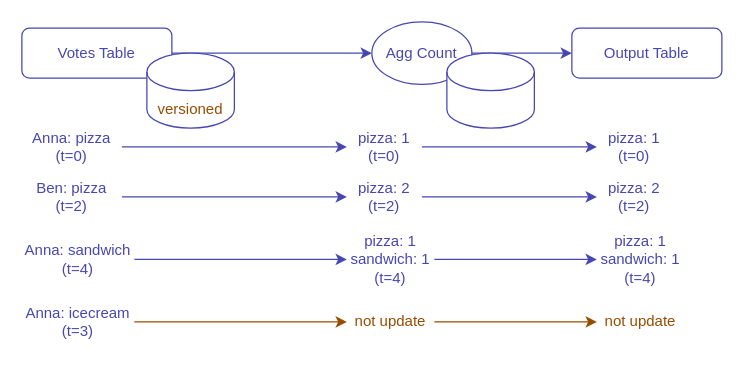
windowforsun/blog keeps this draw.io diagram as drawio/kafka/kafka-streams-versioned-state-store-8.drawio. Above is the earlier version. Source tidied: cells renumbered, new cells numbered last; positions are measured from the earlier drawing's top-left corner, leaving out a move shared by most shapes. Both pictures are drawn from the tidied source at 125%, with x=0, y=0 at pixel (21, 21).
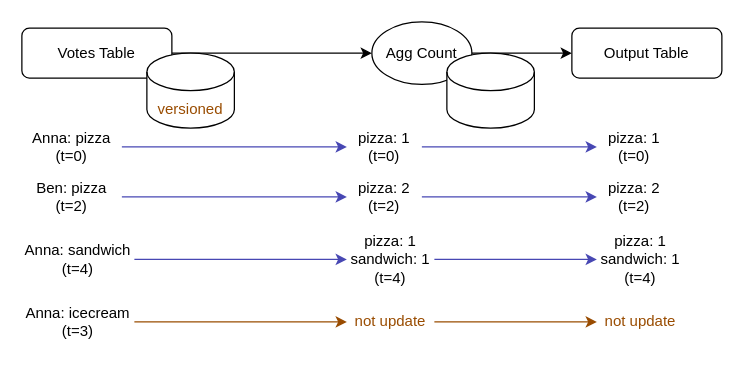
After the change.

What changed in the source:
```diff
@@
-    <mxCell id="2" style="edgeStyle=orthogonalEdgeStyle;rounded=0;jettySize=auto;html=1;entryX=0;entryY=0.5;entryDx=0;entryDy=0;strokeColor=#4747B3;" parent="1" edge="1" source="3" target="5">
+    <mxCell id="2" style="edgeStyle=orthogonalEdgeStyle;rounded=0;jettySize=auto;html=1;entryX=0;entryY=0.5;entryDx=0;entryDy=0;strokeColor=#000000;fontColor=#000000;" parent="1" edge="1" source="3" target="5">
       <mxGeometry relative="1" as="geometry" />
     </mxCell>
-    <mxCell id="3" value="&lt;div&gt;&lt;font color=&quot;#4747b3&quot;&gt;Votes Table&lt;/font&gt;&lt;/div&gt;" style="rounded=1;whiteSpace=wrap;html=1;strokeColor=#4747B3;fontColor=#006600;" parent="1" vertex="1">
+    <mxCell id="3" value="&lt;div&gt;&lt;font&gt;Votes Table&lt;/font&gt;&lt;/div&gt;" style="rounded=1;whiteSpace=wrap;html=1;strokeColor=#000000;fontColor=#000000;" parent="1" vertex="1">
       <mxGeometry y="5" width="120" height="40" as="geometry" />
     </mxCell>
-    <mxCell id="4" style="edgeStyle=orthogonalEdgeStyle;rounded=0;jettySize=auto;html=1;entryX=0;entryY=0.5;entryDx=0;entryDy=0;strokeColor=#4747B3;" parent="1" edge="1" source="5" target="6">
+    <mxCell id="4" style="edgeStyle=orthogonalEdgeStyle;rounded=0;jettySize=auto;html=1;entryX=0;entryY=0.5;entryDx=0;entryDy=0;strokeColor=#000000;fontColor=#000000;" parent="1" edge="1" source="5" target="6">
       <mxGeometry relative="1" as="geometry" />
     </mxCell>
-    <mxCell id="5" value="&lt;font color=&quot;#4747b3&quot;&gt;Agg Count&lt;/font&gt;" style="ellipse;whiteSpace=wrap;html=1;strokeColor=#4747B3;" parent="1" vertex="1">
+    <mxCell id="5" value="&lt;font&gt;Agg Count&lt;/font&gt;" style="ellipse;whiteSpace=wrap;html=1;strokeColor=#000000;fontColor=#000000;" parent="1" vertex="1">
       <mxGeometry x="280" width="80" height="50" as="geometry" />
     </mxCell>
-    <mxCell id="6" value="&lt;font color=&quot;#4747b3&quot;&gt;Output Table&lt;/font&gt;" style="rounded=1;whiteSpace=wrap;html=1;strokeColor=#4747B3;" parent="1" vertex="1">
+    <mxCell id="6" value="&lt;font&gt;Output Table&lt;/font&gt;" style="rounded=1;whiteSpace=wrap;html=1;strokeColor=#000000;fontColor=#000000;" parent="1" vertex="1">
       <mxGeometry x="440" y="5" width="120" height="40" as="geometry" />
     </mxCell>
-    <mxCell id="7" style="edgeStyle=orthogonalEdgeStyle;rounded=0;jettySize=auto;html=1;entryX=0;entryY=0.5;entryDx=0;entryDy=0;fontColor=#4747B3;strokeColor=#4747B3;" parent="1" edge="1" source="8" target="10">
+    <mxCell id="7" style="edgeStyle=orthogonalEdgeStyle;rounded=0;jettySize=auto;html=1;entryX=0;entryY=0.5;entryDx=0;entryDy=0;fontColor=#000000;strokeColor=#4747B3;" parent="1" edge="1" source="8" target="10">
       <mxGeometry relative="1" as="geometry" />
     </mxCell>
-    <mxCell id="8" value="Anna: pizza&lt;div&gt;(t=0)&lt;/div&gt;" style="text;html=1;align=center;verticalAlign=middle;whiteSpace=wrap;rounded=0;fontColor=#4747B3;" parent="1" vertex="1">
+    <mxCell id="8" value="Anna: pizza&lt;div&gt;(t=0)&lt;/div&gt;" style="text;html=1;align=center;verticalAlign=middle;whiteSpace=wrap;rounded=0;fontColor=#000000;" parent="1" vertex="1">
       <mxGeometry y="85" width="80" height="30" as="geometry" />
     </mxCell>
-    <mxCell id="9" style="edgeStyle=orthogonalEdgeStyle;rounded=0;jettySize=auto;html=1;entryX=0;entryY=0.5;entryDx=0;entryDy=0;strokeColor=#4747B3;" parent="1" edge="1" source="10" target="12">
+    <mxCell id="9" style="edgeStyle=orthogonalEdgeStyle;rounded=0;jettySize=auto;html=1;entryX=0;entryY=0.5;entryDx=0;entryDy=0;strokeColor=#4747B3;fontColor=#000000;" parent="1" edge="1" source="10" target="12">
       <mxGeometry relative="1" as="geometry" />
     </mxCell>
-    <mxCell id="10" value="pizza: 1&lt;div&gt;(t=0)&lt;/div&gt;" style="text;html=1;align=center;verticalAlign=middle;whiteSpace=wrap;rounded=0;fontColor=#4747B3;" parent="1" vertex="1">
+    <mxCell id="10" value="pizza: 1&lt;div&gt;(t=0)&lt;/div&gt;" style="text;html=1;align=center;verticalAlign=middle;whiteSpace=wrap;rounded=0;fontColor=#000000;" parent="1" vertex="1">
       <mxGeometry x="260" y="85" width="60" height="30" as="geometry" />
     </mxCell>
-    <mxCell id="11" style="shape=cylinder3;whiteSpace=wrap;html=1;boundedLbl=1;backgroundOutline=1;size=15;strokeColor=#4747B3;" parent="1" vertex="1">
+    <mxCell id="11" style="shape=cylinder3;whiteSpace=wrap;html=1;boundedLbl=1;backgroundOutline=1;size=15;strokeColor=#000000;fontColor=#000000;" parent="1" vertex="1">
       <mxGeometry x="100" y="25" width="70" height="60" as="geometry" />
     </mxCell>
-    <mxCell id="12" value="pizza: 1&lt;div&gt;(t=0)&lt;/div&gt;" style="text;html=1;align=center;verticalAlign=middle;whiteSpace=wrap;rounded=0;fontColor=#4747B3;" parent="1" vertex="1">
+    <mxCell id="12" value="pizza: 1&lt;div&gt;(t=0)&lt;/div&gt;" style="text;html=1;align=center;verticalAlign=middle;whiteSpace=wrap;rounded=0;fontColor=#000000;" parent="1" vertex="1">
       <mxGeometry x="460" y="85" width="60" height="30" as="geometry" />
     </mxCell>
-    <mxCell id="13" style="edgeStyle=orthogonalEdgeStyle;rounded=0;jettySize=auto;html=1;entryX=0;entryY=0.5;entryDx=0;entryDy=0;fontColor=#4747B3;strokeColor=#4747B3;" parent="1" edge="1" source="14" target="16">
+    <mxCell id="13" style="edgeStyle=orthogonalEdgeStyle;rounded=0;jettySize=auto;html=1;entryX=0;entryY=0.5;entryDx=0;entryDy=0;fontColor=#000000;strokeColor=#4747B3;" parent="1" edge="1" source="14" target="16">
       <mxGeometry relative="1" as="geometry" />
     </mxCell>
-    <mxCell id="14" value="Ben: pizza&lt;div&gt;(t=2)&lt;/div&gt;" style="text;html=1;align=center;verticalAlign=middle;whiteSpace=wrap;rounded=0;fontColor=#4747B3;" parent="1" vertex="1">
+    <mxCell id="14" value="Ben: pizza&lt;div&gt;(t=2)&lt;/div&gt;" style="text;html=1;align=center;verticalAlign=middle;whiteSpace=wrap;rounded=0;fontColor=#000000;" parent="1" vertex="1">
       <mxGeometry y="125" width="80" height="30" as="geometry" />
     </mxCell>
-    <mxCell id="15" style="edgeStyle=orthogonalEdgeStyle;rounded=0;jettySize=auto;html=1;entryX=0;entryY=0.5;entryDx=0;entryDy=0;strokeColor=#4747B3;" parent="1" edge="1" source="16" target="17">
+    <mxCell id="15" style="edgeStyle=orthogonalEdgeStyle;rounded=0;jettySize=auto;html=1;entryX=0;entryY=0.5;entryDx=0;entryDy=0;strokeColor=#4747B3;fontColor=#000000;" parent="1" edge="1" source="16" target="17">
       <mxGeometry relative="1" as="geometry" />
     </mxCell>
-    <mxCell id="16" value="pizza: 2&lt;div&gt;(t=2)&lt;/div&gt;" style="text;html=1;align=center;verticalAlign=middle;whiteSpace=wrap;rounded=0;fontColor=#4747B3;" parent="1" vertex="1">
+    <mxCell id="16" value="pizza: 2&lt;div&gt;(t=2)&lt;/div&gt;" style="text;html=1;align=center;verticalAlign=middle;whiteSpace=wrap;rounded=0;fontColor=#000000;" parent="1" vertex="1">
       <mxGeometry x="260" y="125" width="60" height="30" as="geometry" />
     </mxCell>
-    <mxCell id="17" value="pizza: 2&lt;div&gt;(t=2)&lt;/div&gt;" style="text;html=1;align=center;verticalAlign=middle;whiteSpace=wrap;rounded=0;fontColor=#4747B3;" parent="1" vertex="1">
+    <mxCell id="17" value="pizza: 2&lt;div&gt;(t=2)&lt;/div&gt;" style="text;html=1;align=center;verticalAlign=middle;whiteSpace=wrap;rounded=0;fontColor=#000000;" parent="1" vertex="1">
       <mxGeometry x="460" y="125" width="60" height="30" as="geometry" />
     </mxCell>
-    <mxCell id="18" style="edgeStyle=orthogonalEdgeStyle;rounded=0;jettySize=auto;html=1;entryX=0;entryY=0.5;entryDx=0;entryDy=0;fontColor=#4747B3;strokeColor=#4747B3;" parent="1" edge="1" source="19" target="21">
+    <mxCell id="18" style="edgeStyle=orthogonalEdgeStyle;rounded=0;jettySize=auto;html=1;entryX=0;entryY=0.5;entryDx=0;entryDy=0;fontColor=#000000;strokeColor=#4747B3;" parent="1" edge="1" source="19" target="21">
       <mxGeometry relative="1" as="geometry" />
     </mxCell>
-    <mxCell id="19" value="Anna: sandwich&lt;div&gt;(t=4)&lt;/div&gt;" style="text;html=1;align=center;verticalAlign=middle;whiteSpace=wrap;rounded=0;fontColor=#4747B3;" parent="1" vertex="1">
+    <mxCell id="19" value="Anna: sandwich&lt;div&gt;(t=4)&lt;/div&gt;" style="text;html=1;align=center;verticalAlign=middle;whiteSpace=wrap;rounded=0;fontColor=#000000;" parent="1" vertex="1">
       <mxGeometry y="175" width="90" height="30" as="geometry" />
     </mxCell>
-    <mxCell id="20" style="edgeStyle=orthogonalEdgeStyle;rounded=0;jettySize=auto;html=1;entryX=0;entryY=0.5;entryDx=0;entryDy=0;strokeColor=#4747B3;" parent="1" edge="1" source="21" target="22">
+    <mxCell id="20" style="edgeStyle=orthogonalEdgeStyle;rounded=0;jettySize=auto;html=1;entryX=0;entryY=0.5;entryDx=0;entryDy=0;strokeColor=#4747B3;fontColor=#000000;" parent="1" edge="1" source="21" target="22">
       <mxGeometry relative="1" as="geometry" />
     </mxCell>
-    <mxCell id="21" value="pizza: 1&lt;div&gt;sandwich: 1&lt;br&gt;&lt;div&gt;(t=4)&lt;/div&gt;&lt;/div&gt;" style="text;html=1;align=center;verticalAlign=middle;whiteSpace=wrap;rounded=0;fontColor=#4747B3;" parent="1" vertex="1">
+    <mxCell id="21" value="pizza: 1&lt;div&gt;sandwich: 1&lt;br&gt;&lt;div&gt;(t=4)&lt;/div&gt;&lt;/div&gt;" style="text;html=1;align=center;verticalAlign=middle;whiteSpace=wrap;rounded=0;fontColor=#000000;" parent="1" vertex="1">
       <mxGeometry x="260" y="175" width="70" height="30" as="geometry" />
     </mxCell>
-    <mxCell id="22" value="pizza: 1&lt;div&gt;sandwich: 1&lt;br&gt;&lt;div&gt;(t=4)&lt;/div&gt;&lt;/div&gt;" style="text;html=1;align=center;verticalAlign=middle;whiteSpace=wrap;rounded=0;fontColor=#4747B3;" parent="1" vertex="1">
+    <mxCell id="22" value="pizza: 1&lt;div&gt;sandwich: 1&lt;br&gt;&lt;div&gt;(t=4)&lt;/div&gt;&lt;/div&gt;" style="text;html=1;align=center;verticalAlign=middle;whiteSpace=wrap;rounded=0;fontColor=#000000;" parent="1" vertex="1">
       <mxGeometry x="460" y="175" width="70" height="30" as="geometry" />
     </mxCell>
-    <mxCell id="23" style="shape=cylinder3;whiteSpace=wrap;html=1;boundedLbl=1;backgroundOutline=1;size=15;strokeColor=#4747B3;" parent="1" vertex="1">
+    <mxCell id="23" style="shape=cylinder3;whiteSpace=wrap;html=1;boundedLbl=1;backgroundOutline=1;size=15;strokeColor=#000000;fontColor=#000000;" parent="1" vertex="1">
       <mxGeometry x="340" y="25" width="70" height="60" as="geometry" />
     </mxCell>
@@
-    <mxCell id="25" value="Anna: icecream&lt;div&gt;(t=3)&lt;/div&gt;" style="text;html=1;align=center;verticalAlign=middle;whiteSpace=wrap;rounded=0;fontColor=#4747B3;" parent="1" vertex="1">
+    <mxCell id="25" value="Anna: icecream&lt;div&gt;(t=3)&lt;/div&gt;" style="text;html=1;align=center;verticalAlign=middle;whiteSpace=wrap;rounded=0;fontColor=#000000;" parent="1" vertex="1">
       <mxGeometry y="225" width="90" height="30" as="geometry" />
     </mxCell>
@@
-    <mxCell id="29" value="versioned" style="text;html=1;align=center;verticalAlign=middle;whiteSpace=wrap;rounded=0;fontColor=#994C00;" parent="1" vertex="1">
+    <mxCell id="29" value="versioned" style="text;html=1;align=center;verticalAlign=middle;whiteSpace=wrap;rounded=0;fontColor=#994C00;strokeColor=none;" parent="1" vertex="1">
       <mxGeometry x="105" y="55" width="60" height="30" as="geometry" />
     </mxCell>
```
